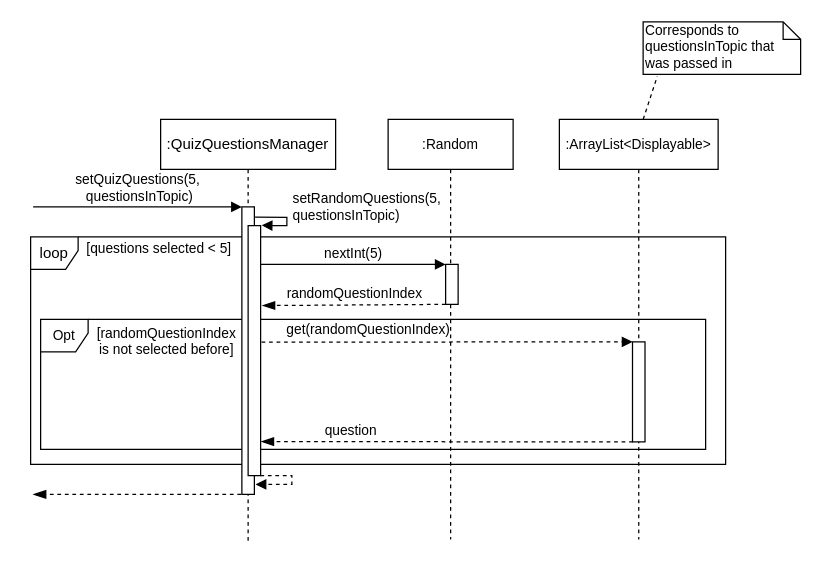
Before: docs/diagrams/QuizQuestionsManager_setQuizQuestions.drawio in nus-cs2113-AY2021S1/tp, a draw.io diagram. Source tidied: cells renumbered, new cells numbered last; positions are measured from the earlier drawing's top-left corner, leaving out a move shared by most shapes. Both pictures are drawn from the tidied source at 125%, with x=0, y=0 at pixel (30, 21).
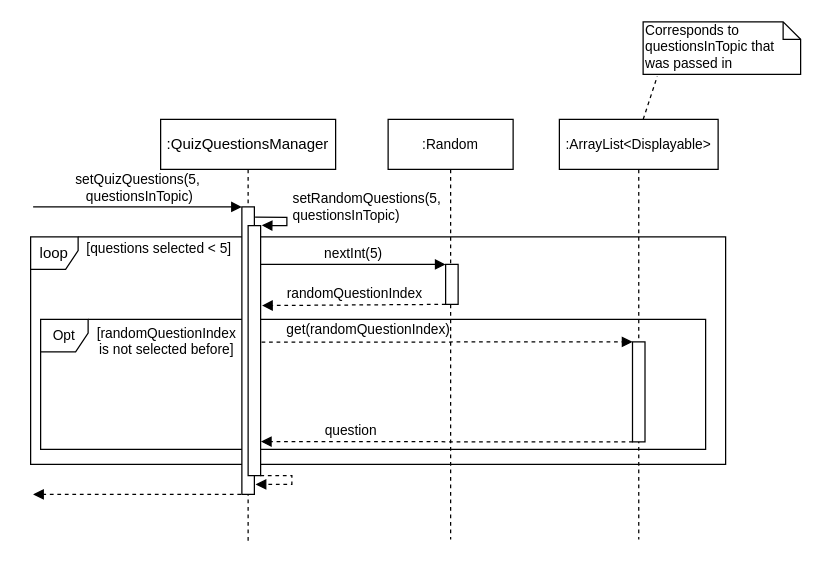
After the change.

Unchanged cells that the change refers to:
```xml
<mxCell id="3" value="loop" style="shape=umlFrame;whiteSpace=wrap;html=1;width=38;height=26;" parent="1" vertex="1">
  <mxGeometry y="172" width="556" height="182" as="geometry" />
</mxCell>
<mxCell id="12" style="html=1;points=[];perimeter=orthogonalPerimeter;fontSize=11;" parent="11" vertex="1">
  <mxGeometry x="58.5" y="178" width="10" height="80" as="geometry" />
</mxCell>
<mxCell id="14" value=":QuizQuestionsManager" style="shape=umlLifeline;perimeter=lifelinePerimeter;whiteSpace=wrap;html=1;" parent="1" vertex="1">
  <mxGeometry x="104" y="78" width="140" height="340" as="geometry" />
</mxCell>
<mxCell id="15" style="html=1;points=[];perimeter=orthogonalPerimeter;" parent="14" vertex="1">
  <mxGeometry x="65" y="70" width="10" height="230" as="geometry" />
</mxCell>
<mxCell id="19" style="html=1;points=[];perimeter=orthogonalPerimeter;" parent="14" vertex="1">
  <mxGeometry x="70" y="85" width="10" height="200" as="geometry" />
</mxCell>
```

Change to the diagram source:
```diff
@@
-    <mxCell id="7" value="randomQuestionIndex" style="html=1;verticalAlign=bottom;endArrow=blockThin;dashed=1;endSize=8;fontSize=11;endFill=1;entryX=0.333;entryY=0.302;entryDx=0;entryDy=0;entryPerimeter=0;" parent="1" edge="1" target="3">
+    <mxCell id="7" value="randomQuestionIndex" style="html=1;verticalAlign=bottom;endArrow=block;dashed=1;endSize=6;fontSize=11;endFill=1;entryX=0.333;entryY=0.302;entryDx=0;entryDy=0;entryPerimeter=0;" parent="1" edge="1" target="3">
       <mxGeometry relative="1" as="geometry">
         <mxPoint x="332" y="226" as="sourcePoint" />
       </mxGeometry>
     </mxCell>
@@
-    <mxCell id="10" value="question" style="html=1;verticalAlign=bottom;endArrow=blockThin;dashed=1;endSize=8;endFill=1;exitX=0.027;exitY=1;exitDx=0;exitDy=0;exitPerimeter=0;entryX=1.025;entryY=0.864;entryDx=0;entryDy=0;entryPerimeter=0;" parent="1" edge="1" source="12" target="19">
+    <mxCell id="10" value="question" style="html=1;verticalAlign=bottom;endArrow=block;dashed=1;endSize=6;endFill=1;exitX=0.027;exitY=1;exitDx=0;exitDy=0;exitPerimeter=0;entryX=1.025;entryY=0.864;entryDx=0;entryDy=0;entryPerimeter=0;" parent="1" edge="1" source="12" target="19">
       <mxGeometry x="0.52" relative="1" as="geometry" />
     </mxCell>
@@
-    <mxCell id="18" style="html=1;verticalAlign=bottom;endArrow=blockThin;dashed=1;endSize=8;endFill=1;exitX=-0.062;exitY=1;exitDx=0;exitDy=0;exitPerimeter=0;" parent="14" edge="1" source="15">
+    <mxCell id="18" style="html=1;verticalAlign=bottom;endArrow=block;dashed=1;endSize=6;endFill=1;exitX=-0.062;exitY=1;exitDx=0;exitDy=0;exitPerimeter=0;" parent="14" edge="1" source="15">
       <mxGeometry relative="1" as="geometry">
         <mxPoint x="-102" y="300" as="targetPoint" />
       </mxGeometry>
     </mxCell>
@@
-    <mxCell id="20" value="setRandomQuestions(5, &lt;br&gt;questionsInTopic)" style="edgeStyle=orthogonalEdgeStyle;html=1;align=left;spacingLeft=2;endArrow=block;rounded=0;entryX=1.09;entryY=-0.001;entryDx=0;entryDy=0;entryPerimeter=0;exitX=1.059;exitY=0.036;exitDx=0;exitDy=0;exitPerimeter=0;" parent="14" edge="1" source="15" target="19">
+    <mxCell id="20" value="setRandomQuestions(5, &lt;br&gt;questionsInTopic)" style="edgeStyle=orthogonalEdgeStyle;html=1;align=left;spacingLeft=2;endArrow=block;rounded=0;entryX=1.09;entryY=-0.001;entryDx=0;entryDy=0;entryPerimeter=0;exitX=1.059;exitY=0.036;exitDx=0;exitDy=0;exitPerimeter=0;endFill=1;" parent="14" edge="1" source="15" target="19">
       <mxGeometry x="-0.04" y="8" relative="1" as="geometry">
         <Array as="points">
           <mxPoint x="101" y="78" />
           <mxPoint x="101" y="85" />
           <mxPoint x="92" y="85" />
         </Array>
         <mxPoint x="-7" y="-8" as="offset" />
       </mxGeometry>
     </mxCell>
```
